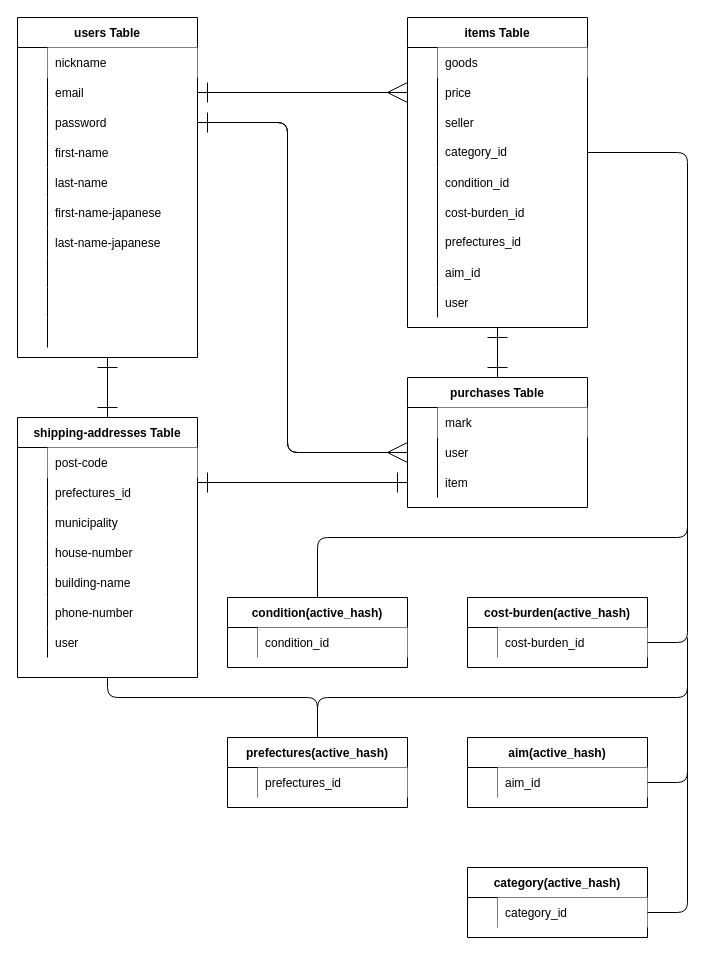
Above: furima.dio in kakehi22222/furima-38489 (draw.io), before the change. Source tidied: cells renumbered, new cells numbered last; positions are measured from the earlier drawing's top-left corner, leaving out a move shared by most shapes. Both pictures are drawn from the tidied source at 100%, with x=0, y=0 at pixel (17, 17).
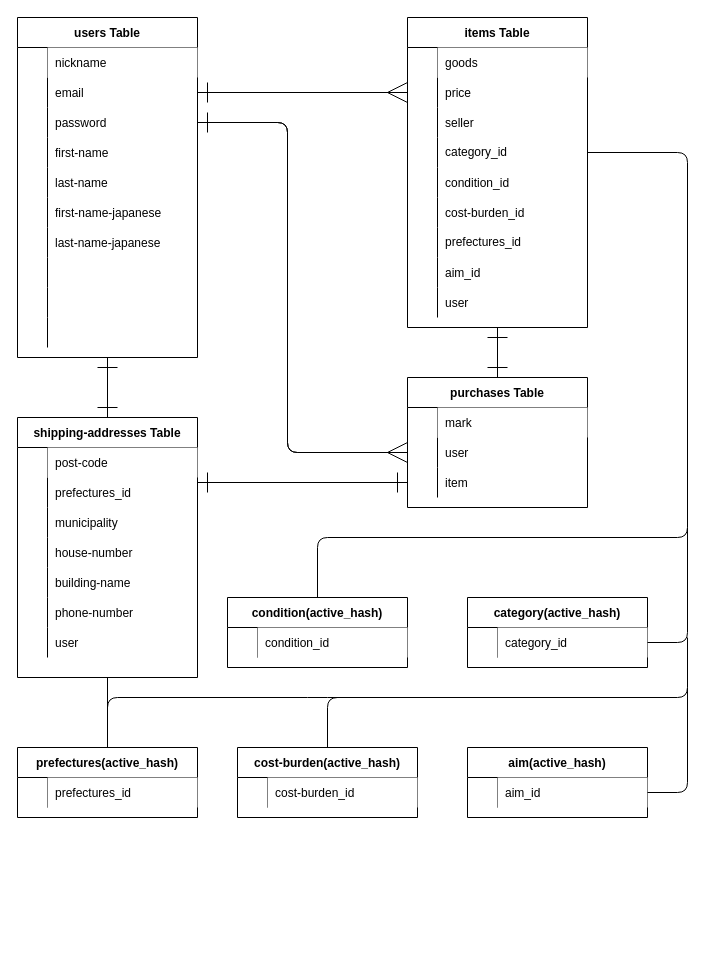
The same diagram, later.

Commit message (it also covers changes not shown here):
ER図見た目修正、READMEのassociation微修正

Unchanged cells that the change refers to:
```xml
<mxCell id="65" value="shipping-addresses Table" style="shape=table;startSize=30;childLayout=tableLayout;rowLines=0;fontStyle=1;align=center;" parent="1" vertex="1">
  <mxGeometry y="400" width="180" height="260" as="geometry" />
</mxCell>
<mxCell id="110" style="shape=partialRectangle;fillColor=none;top=0;left=0;bottom=0;right=0;points=[[0,0.5],[1,0.5]];portConstraint=eastwest;" parent="109" vertex="1">
  <mxGeometry y="30" width="180" height="30" as="geometry" />
</mxCell>
<mxCell id="119" style="shape=partialRectangle;fillColor=none;top=0;left=0;bottom=0;right=0;points=[[0,0.5],[1,0.5]];portConstraint=eastwest;" parent="118" vertex="1">
  <mxGeometry y="30" width="180" height="30" as="geometry" />
</mxCell>
<mxCell id="126" style="shape=partialRectangle;fillColor=none;top=0;left=0;bottom=0;right=0;points=[[0,0.5],[1,0.5]];portConstraint=eastwest;" parent="125" vertex="1">
  <mxGeometry y="30" width="180" height="30" as="geometry" />
</mxCell>
```

Change to the diagram source:
```diff
@@
+    <mxCell id="130" style="edgeStyle=none;html=1;exitX=0.5;exitY=1;exitDx=0;exitDy=0;endArrow=none;endFill=0;endSize=18;" parent="1" edge="1" source="65">
+      <mxGeometry relative="1" as="geometry">
+        <mxPoint x="90" y="700" as="targetPoint" />
+      </mxGeometry>
+    </mxCell>
@@
-    <mxCell id="104" style="edgeStyle=none;html=1;endArrow=none;endFill=0;endSize=18;exitX=0.5;exitY=1;exitDx=0;exitDy=0;" parent="1" edge="1" source="65">
-      <mxGeometry relative="1" as="geometry">
-        <mxPoint x="300" y="720" as="targetPoint" />
-        <Array as="points">
-          <mxPoint x="90" y="680" />
-          <mxPoint x="300" y="680" />
-        </Array>
-      </mxGeometry>
-    </mxCell>
@@
-    <mxCell id="109" value="cost-burden(active_hash)" style="shape=table;startSize=30;childLayout=tableLayout;rowLines=0;fontStyle=1;align=center;swimlaneFillColor=default;" parent="1" vertex="1">
+    <mxCell id="109" value="category(active_hash)" style="shape=table;startSize=30;childLayout=tableLayout;rowLines=0;fontStyle=1;align=center;swimlaneFillColor=default;" parent="1" vertex="1">
       <mxGeometry x="450" y="580" width="180" height="70" as="geometry" />
     </mxCell>
@@
-    <mxCell id="112" value="cost-burden_id" style="shape=partialRectangle;fillColor=default;top=0;left=0;bottom=0;right=0;align=left;spacingLeft=6;overflow=hidden;" parent="110" vertex="1">
+    <mxCell id="112" value="category_id" style="shape=partialRectangle;fillColor=default;top=0;left=0;bottom=0;right=0;align=left;spacingLeft=6;overflow=hidden;" parent="110" vertex="1">
       <mxGeometry x="30" width="150" height="30" as="geometry" />
     </mxCell>
     <mxCell id="113" style="edgeStyle=none;html=1;exitX=0.5;exitY=0;exitDx=0;exitDy=0;endArrow=none;endFill=0;endSize=18;" parent="1" edge="1" source="114">
       <mxGeometry relative="1" as="geometry">
         <mxPoint x="670" y="620" as="targetPoint" />
         <Array as="points">
+          <mxPoint x="90" y="680" />
           <mxPoint x="300" y="680" />
           <mxPoint x="670" y="680" />
         </Array>
       </mxGeometry>
     </mxCell>
     <mxCell id="114" value="prefectures(active_hash)" style="shape=table;startSize=30;childLayout=tableLayout;rowLines=0;fontStyle=1;align=center;swimlaneFillColor=default;" parent="1" vertex="1">
-      <mxGeometry x="210" y="720" width="180" height="70" as="geometry" />
+      <mxGeometry y="730" width="180" height="70" as="geometry" />
     </mxCell>
@@
     <mxCell id="118" value="aim(active_hash)" style="shape=table;startSize=30;childLayout=tableLayout;rowLines=0;fontStyle=1;align=center;swimlaneFillColor=default;" parent="1" vertex="1">
-      <mxGeometry x="450" y="720" width="180" height="70" as="geometry" />
+      <mxGeometry x="450" y="730" width="180" height="70" as="geometry" />
     </mxCell>
@@
     <mxCell id="124" style="edgeStyle=none;html=1;exitX=1;exitY=0.5;exitDx=0;exitDy=0;endArrow=none;endFill=0;endSize=18;" parent="1" edge="1" source="119">
       <mxGeometry relative="1" as="geometry">
         <mxPoint x="670" y="670" as="targetPoint" />
         <Array as="points">
-          <mxPoint x="670" y="765" />
+          <mxPoint x="670" y="775" />
         </Array>
       </mxGeometry>
     </mxCell>
+    <mxCell id="131" style="edgeStyle=none;html=1;exitX=0.5;exitY=0;exitDx=0;exitDy=0;endArrow=none;endFill=0;endSize=18;" parent="1" edge="1" source="125">
+      <mxGeometry relative="1" as="geometry">
+        <mxPoint x="330" y="680" as="targetPoint" />
+        <Array as="points">
+          <mxPoint x="310" y="680" />
+        </Array>
+      </mxGeometry>
+    </mxCell>
-    <mxCell id="125" value="category(active_hash)" style="shape=table;startSize=30;childLayout=tableLayout;rowLines=0;fontStyle=1;align=center;swimlaneFillColor=default;" parent="1" vertex="1">
-      <mxGeometry x="450" y="850" width="180" height="70" as="geometry" />
+    <mxCell id="125" value="cost-burden(active_hash)" style="shape=table;startSize=30;childLayout=tableLayout;rowLines=0;fontStyle=1;align=center;swimlaneFillColor=default;" parent="1" vertex="1">
+      <mxGeometry x="220" y="730" width="180" height="70" as="geometry" />
     </mxCell>
@@
-    <mxCell id="128" value="category_id" style="shape=partialRectangle;fillColor=default;top=0;left=0;bottom=0;right=0;align=left;spacingLeft=6;overflow=hidden;" parent="126" vertex="1">
+    <mxCell id="128" value="cost-burden_id" style="shape=partialRectangle;fillColor=default;top=0;left=0;bottom=0;right=0;align=left;spacingLeft=6;overflow=hidden;" parent="126" vertex="1">
       <mxGeometry x="30" width="150" height="30" as="geometry" />
     </mxCell>
-    <mxCell id="129" style="edgeStyle=none;html=1;exitX=1;exitY=0.5;exitDx=0;exitDy=0;endArrow=none;endFill=0;endSize=18;" parent="1" edge="1" source="126">
-      <mxGeometry relative="1" as="geometry">
-        <mxPoint x="670" y="750" as="targetPoint" />
-        <Array as="points">
-          <mxPoint x="670" y="895" />
-        </Array>
-      </mxGeometry>
-    </mxCell>
```
